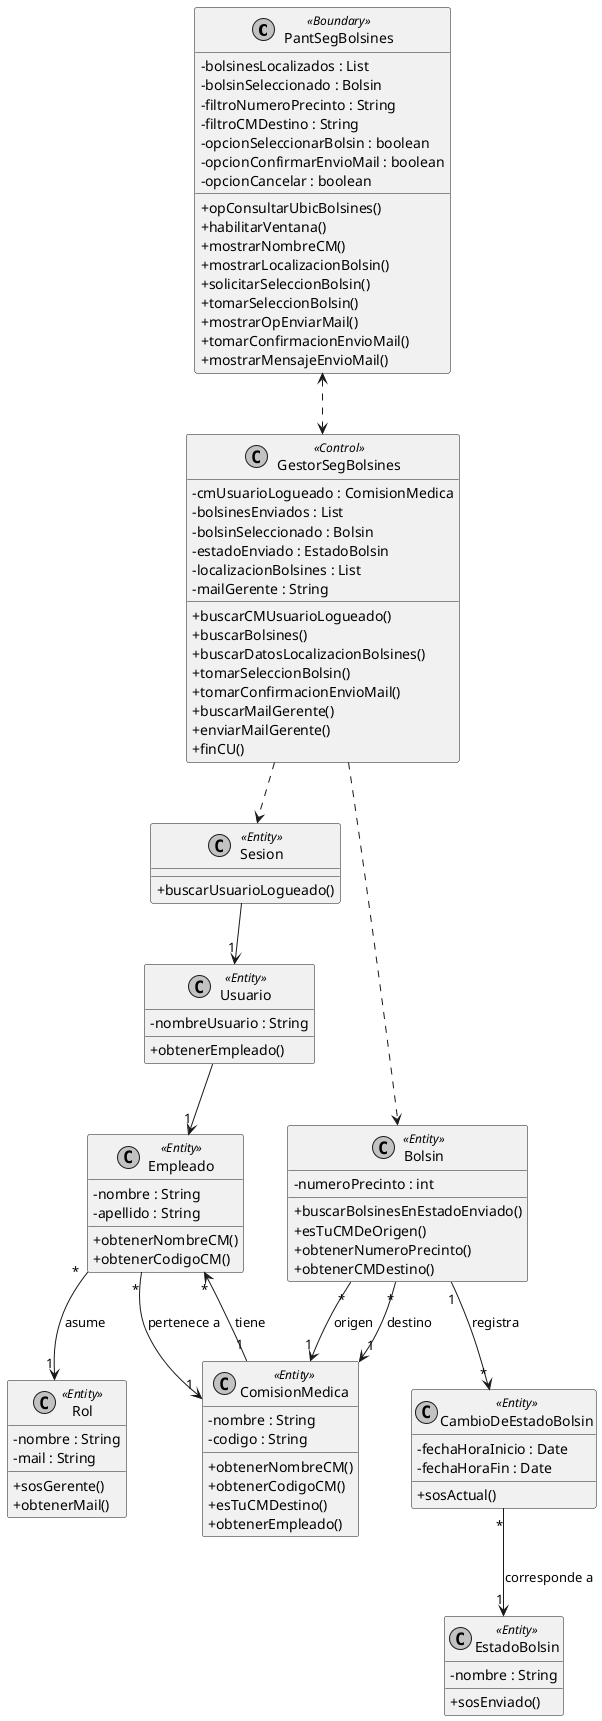
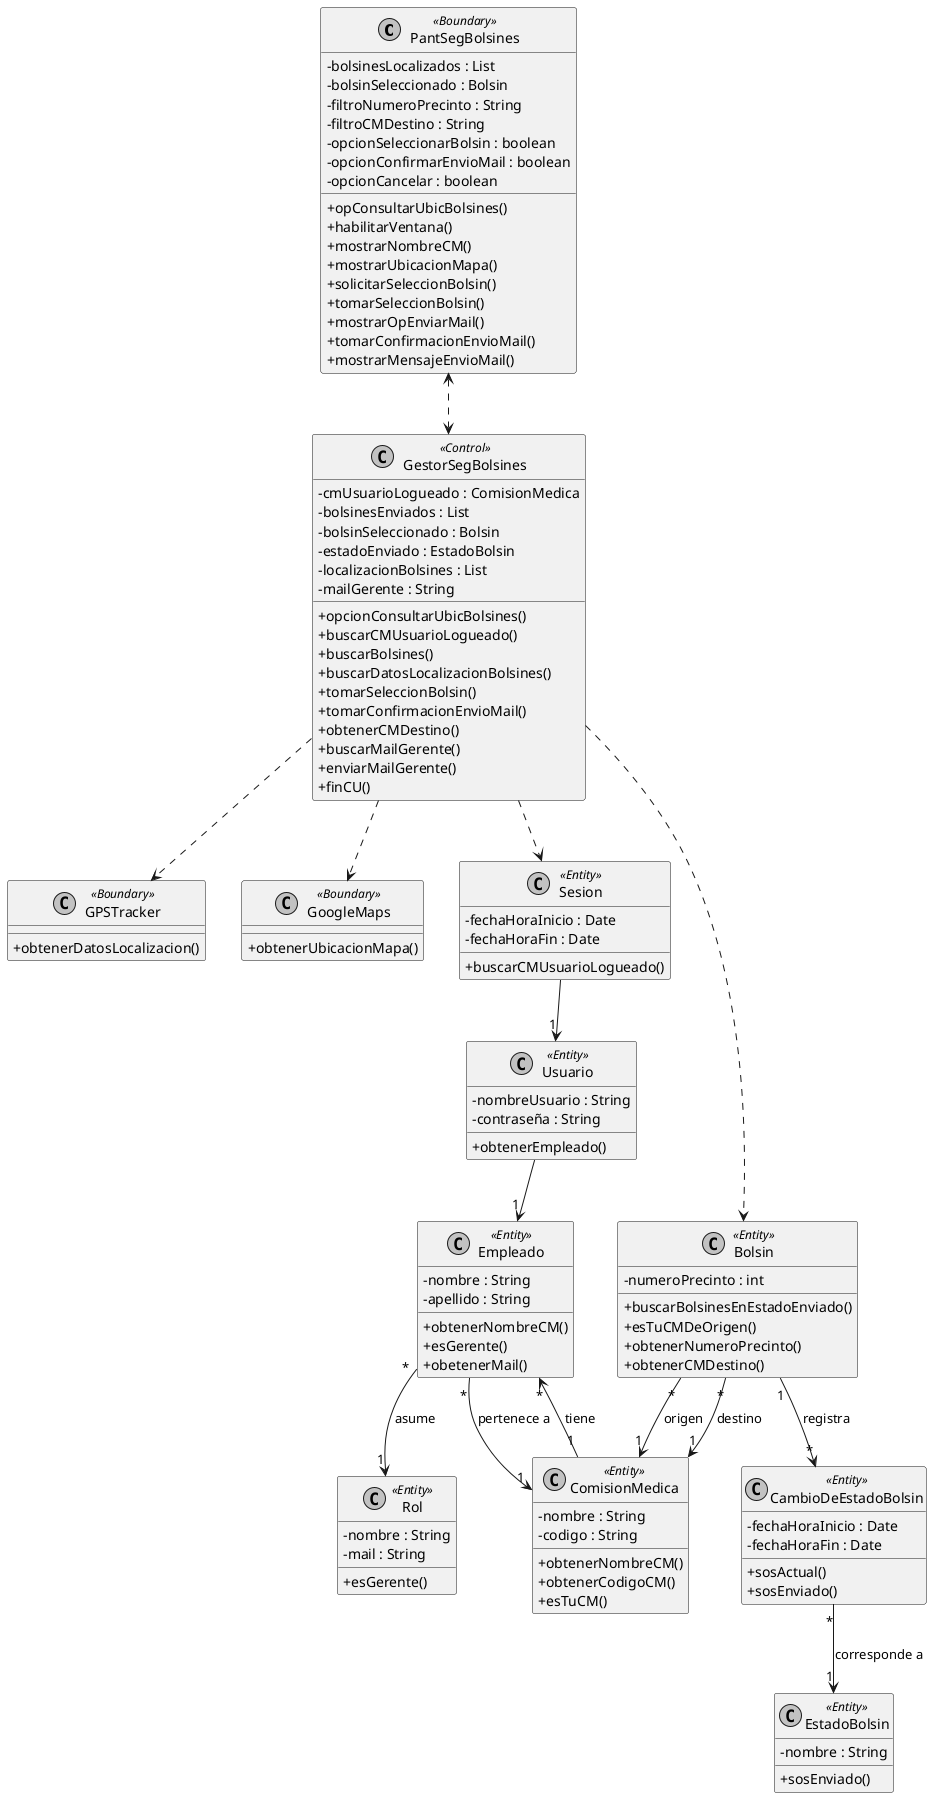
@startuml DiagramaClasesSoporte
skinparam classAttributeIconSize 0
skinparam monochrome true
skinparam shadowing false

' ==========================================
' CLASES BOUNDARY Y CONTROL
' ==========================================
class PantSegBolsines <<Boundary>> {
  - bolsinesLocalizados : List
  - bolsinSeleccionado : Bolsin
  - filtroNumeroPrecinto : String
  - filtroCMDestino : String
  - opcionSeleccionarBolsin : boolean
  - opcionConfirmarEnvioMail : boolean
  - opcionCancelar : boolean
  + opConsultarUbicBolsines()
  + habilitarVentana()
  + mostrarNombreCM()
-   + mostrarLocalizacionBolsin()
+   + mostrarUbicacionMapa()
  + solicitarSeleccionBolsin()
  + tomarSeleccionBolsin()
  + mostrarOpEnviarMail()
  + tomarConfirmacionEnvioMail()
  + mostrarMensajeEnvioMail()
}

class GestorSegBolsines <<Control>> {
  - cmUsuarioLogueado : ComisionMedica
  - bolsinesEnviados : List
  - bolsinSeleccionado : Bolsin
  - estadoEnviado : EstadoBolsin
  - localizacionBolsines : List
  - mailGerente : String
+   + opcionConsultarUbicBolsines()
  + buscarCMUsuarioLogueado()
  + buscarBolsines()
  + buscarDatosLocalizacionBolsines()
  + tomarSeleccionBolsin()
  + tomarConfirmacionEnvioMail()
+   + obtenerCMDestino()
  + buscarMailGerente()
  + enviarMailGerente()
  + finCU()
+ }
+ 
+ class GPSTracker <<Boundary>> {
+   +obtenerDatosLocalizacion()
+ }
+ 
+ class GoogleMaps <<Boundary>> {
+   +obtenerUbicacionMapa()
}

' ==========================================
' ENTIDADES DE DOMINIO
' ==========================================
class Sesion <<Entity>> {
-   + buscarUsuarioLogueado()
+   - fechaHoraInicio : Date
+   - fechaHoraFin : Date
+   + buscarCMUsuarioLogueado()
}

class Usuario <<Entity>> {
  - nombreUsuario : String
+   - contraseña : String
  + obtenerEmpleado()
}

class Empleado <<Entity>> {
  - nombre : String
  - apellido : String
  + obtenerNombreCM()
-   + obtenerCodigoCM()
+   + esGerente()
+   + obetenerMail()
}

class Rol <<Entity>> {
  - nombre : String
  - mail : String
-   + sosGerente()
-   + obtenerMail()
+   + esGerente()
}

class ComisionMedica <<Entity>> {
  - nombre : String
  - codigo : String
  + obtenerNombreCM()
  + obtenerCodigoCM()
-   + esTuCMDestino()
-   + obtenerEmpleado()
+   + esTuCM()
}

class Bolsin <<Entity>> {
  - numeroPrecinto : int
  + buscarBolsinesEnEstadoEnviado()
  + esTuCMDeOrigen()
  + obtenerNumeroPrecinto()
  + obtenerCMDestino()
}

class CambioDeEstadoBolsin <<Entity>> {
  - fechaHoraInicio : Date
  - fechaHoraFin : Date
  + sosActual()
+   + sosEnviado()
}

class EstadoBolsin <<Entity>> {
  - nombre : String
  + sosEnviado()
}

' ==========================================
' RELACIONES
' ==========================================

' Relaciones Pantalla - Gestor (Conocimiento mutuo, flechas punteadas)
PantSegBolsines <..> GestorSegBolsines

' Relaciones Gestor - Entidades (Conoce a las que llama directamente por flechas punteadas)
GestorSegBolsines ..> Sesion
GestorSegBolsines ..> Bolsin
+ GestorSegBolsines ..> GPSTracker
+ GestorSegBolsines ..> GoogleMaps

' Relaciones de Dominio (Como el Modelo de Dominio Clásico - Flechas sólidas)
Sesion --> "1" Usuario
Usuario --> "1" Empleado
Empleado "*" --> "1" ComisionMedica : pertenece a
Empleado "*" --> "1" Rol : asume
ComisionMedica "1" --> "*" Empleado : tiene
Bolsin "*" --> "1" ComisionMedica : origen
Bolsin "*" --> "1" ComisionMedica : destino
Bolsin "1" --> "*" CambioDeEstadoBolsin : registra
CambioDeEstadoBolsin "*" --> "1" EstadoBolsin : corresponde a

@enduml